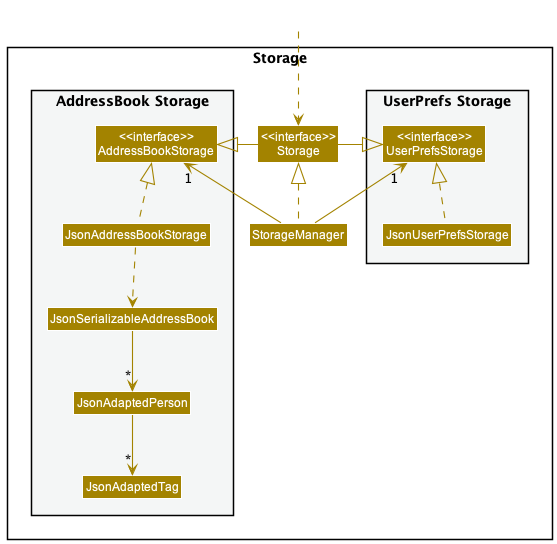
Earlier version of the PlantUML export docs/images/StorageClassDiagram.png (nus-cs2103-AY2223S2/tp).
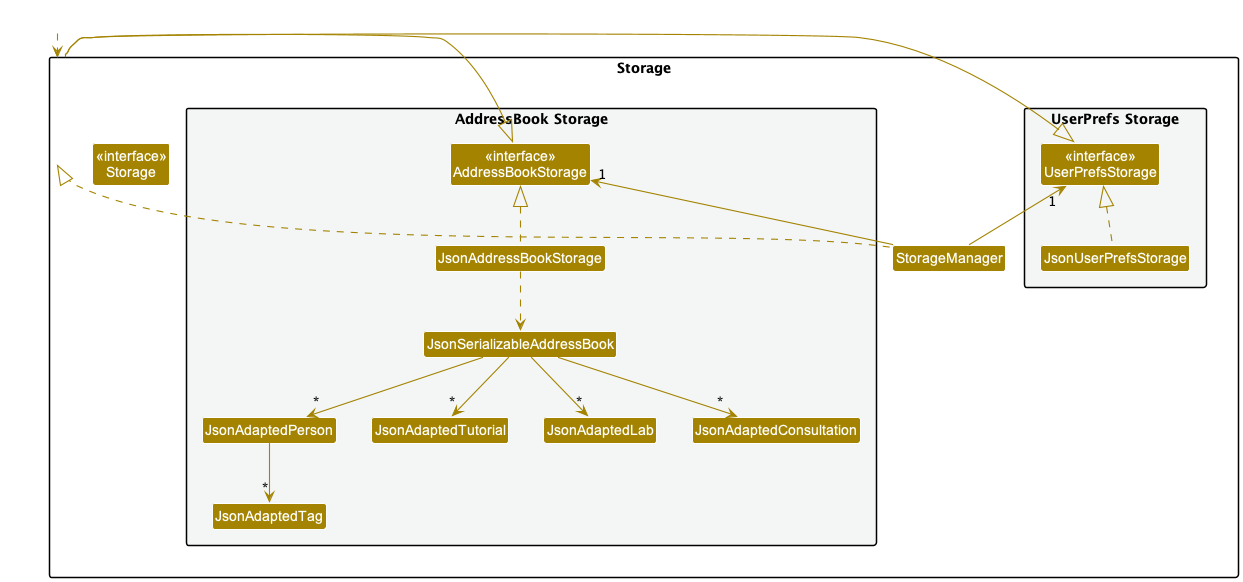
After the change.

Change to the diagram source:
```diff
@@ -19,6 +19,9 @@
 Class JsonAddressBookStorage
 Class JsonSerializableAddressBook
 Class JsonAdaptedPerson
+Class JsonAdaptedTutorial
+Class JsonAdaptedLab
+Class JsonAdaptedConsultation
 Class JsonAdaptedTag
 }
 
@@ -38,6 +41,9 @@
 JsonAddressBookStorage .up.|> AddressBookStorage
 JsonAddressBookStorage ..> JsonSerializableAddressBook
 JsonSerializableAddressBook --> "*" JsonAdaptedPerson
+JsonSerializableAddressBook --> "*" JsonAdaptedTutorial
+JsonSerializableAddressBook --> "*" JsonAdaptedLab
+JsonSerializableAddressBook --> "*" JsonAdaptedConsultation
 JsonAdaptedPerson --> "*" JsonAdaptedTag
 
 @enduml
```
